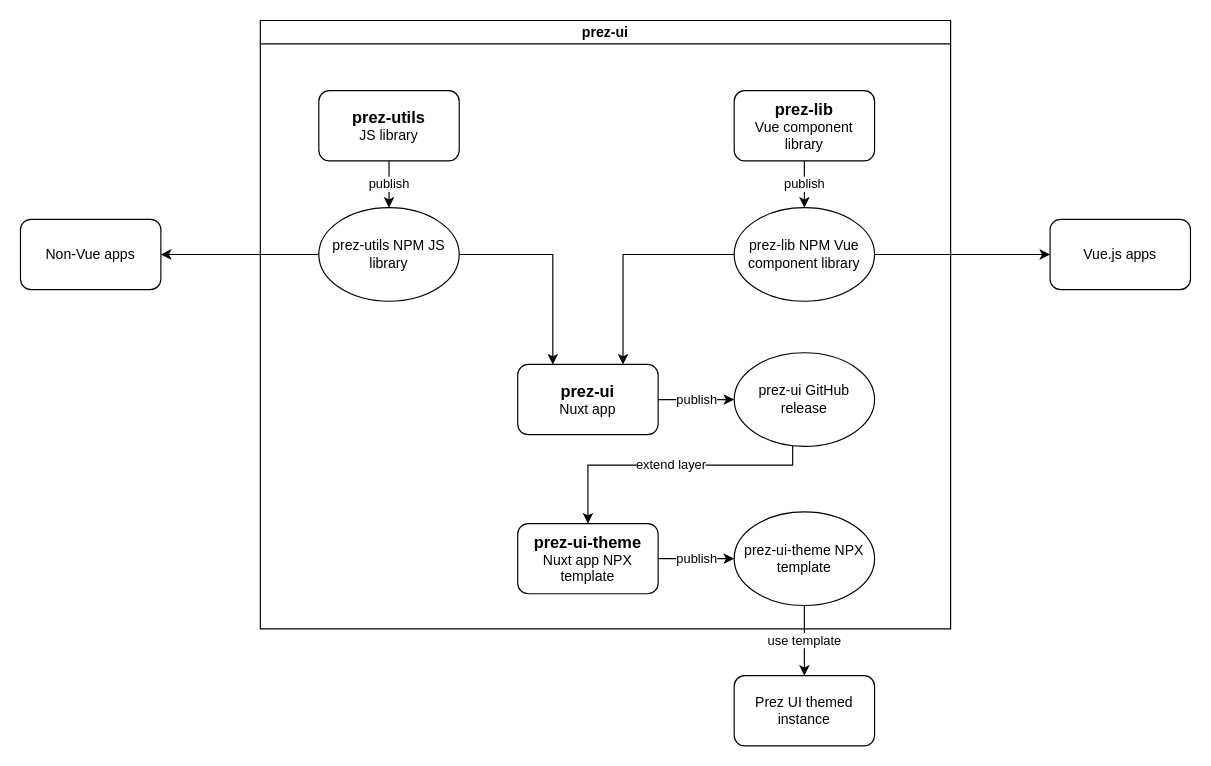
The draw.io diagram design.drawio in jamiefeiss/prez-ui-nuxt, before the edit. Source tidied: cells renumbered, new cells numbered last; positions are measured from the earlier drawing's top-left corner, leaving out a move shared by most shapes. Both pictures are drawn from the tidied source at 117%, with x=0, y=0 at pixel (20, 20).
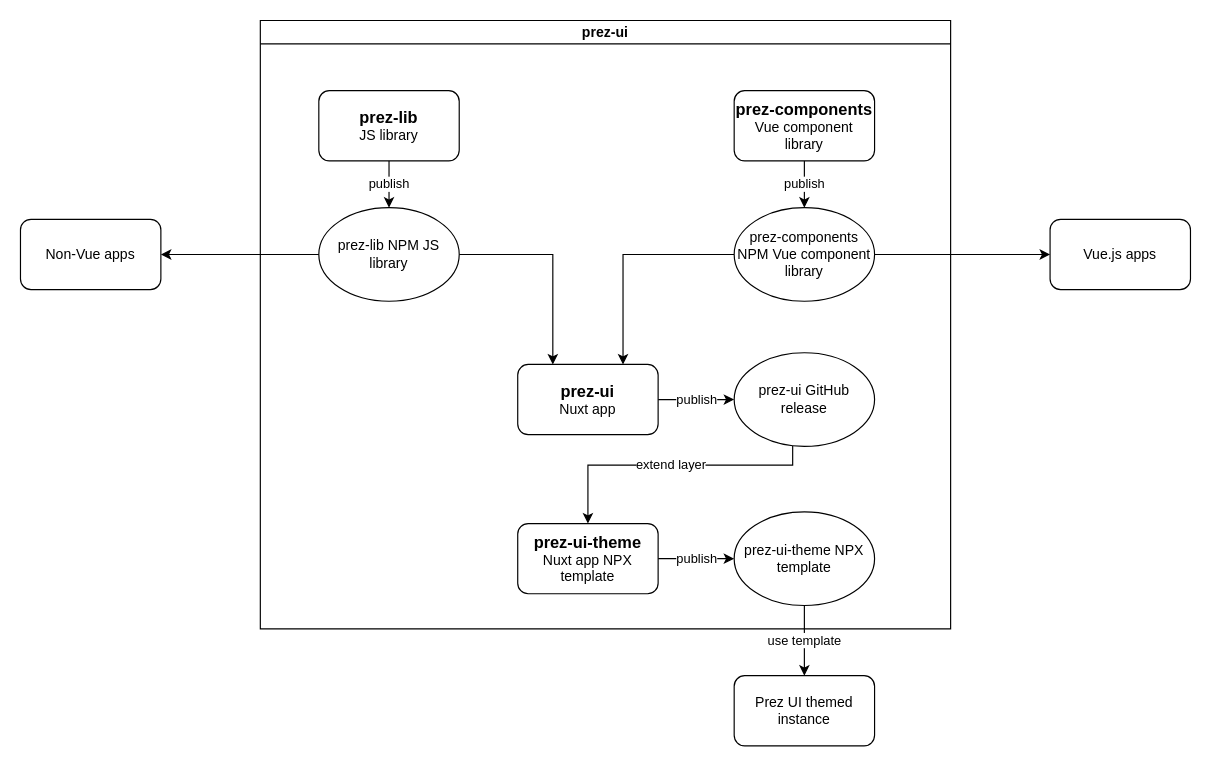
Above is the later version.

Unchanged cells that the change refers to:
```xml
<mxCell id="2" value="prez-ui" style="swimlane;startSize=20;" parent="1" vertex="1">
  <mxGeometry x="205" width="590" height="520" as="geometry" />
</mxCell>
```

Change to the diagram source:
```diff
@@
-    <mxCell id="8" value="&lt;b&gt;&lt;font style=&quot;font-size: 14px;&quot;&gt;prez-utils&lt;/font&gt;&lt;/b&gt;&lt;br&gt;JS library" style="rounded=1;whiteSpace=wrap;html=1;" parent="2" vertex="1">
+    <mxCell id="8" value="&lt;b&gt;&lt;font style=&quot;font-size: 14px;&quot;&gt;prez-lib&lt;/font&gt;&lt;/b&gt;&lt;br&gt;JS library" style="rounded=1;whiteSpace=wrap;html=1;" parent="2" vertex="1">
       <mxGeometry x="50" y="60" width="120" height="60" as="geometry" />
     </mxCell>
@@
-    <mxCell id="10" value="&lt;b&gt;&lt;font style=&quot;font-size: 14px;&quot;&gt;prez-lib&lt;/font&gt;&lt;/b&gt;&lt;br&gt;Vue component library" style="rounded=1;whiteSpace=wrap;html=1;" parent="2" vertex="1">
+    <mxCell id="10" value="&lt;b&gt;&lt;font style=&quot;font-size: 14px;&quot;&gt;prez-components&lt;/font&gt;&lt;/b&gt;&lt;br&gt;Vue component library" style="rounded=1;whiteSpace=wrap;html=1;" parent="2" vertex="1">
       <mxGeometry x="405" y="60" width="120" height="60" as="geometry" />
     </mxCell>
@@
-    <mxCell id="12" value="prez-utils NPM JS library" style="ellipse;whiteSpace=wrap;html=1;" parent="2" vertex="1">
+    <mxCell id="12" value="prez-lib NPM JS library" style="ellipse;whiteSpace=wrap;html=1;" parent="2" vertex="1">
       <mxGeometry x="50" y="160" width="120" height="80" as="geometry" />
     </mxCell>
@@
-    <mxCell id="14" value="prez-lib NPM Vue component library" style="ellipse;whiteSpace=wrap;html=1;" parent="2" vertex="1">
+    <mxCell id="14" value="prez-components NPM Vue component library" style="ellipse;whiteSpace=wrap;html=1;" parent="2" vertex="1">
       <mxGeometry x="405" y="160" width="120" height="80" as="geometry" />
     </mxCell>
```
